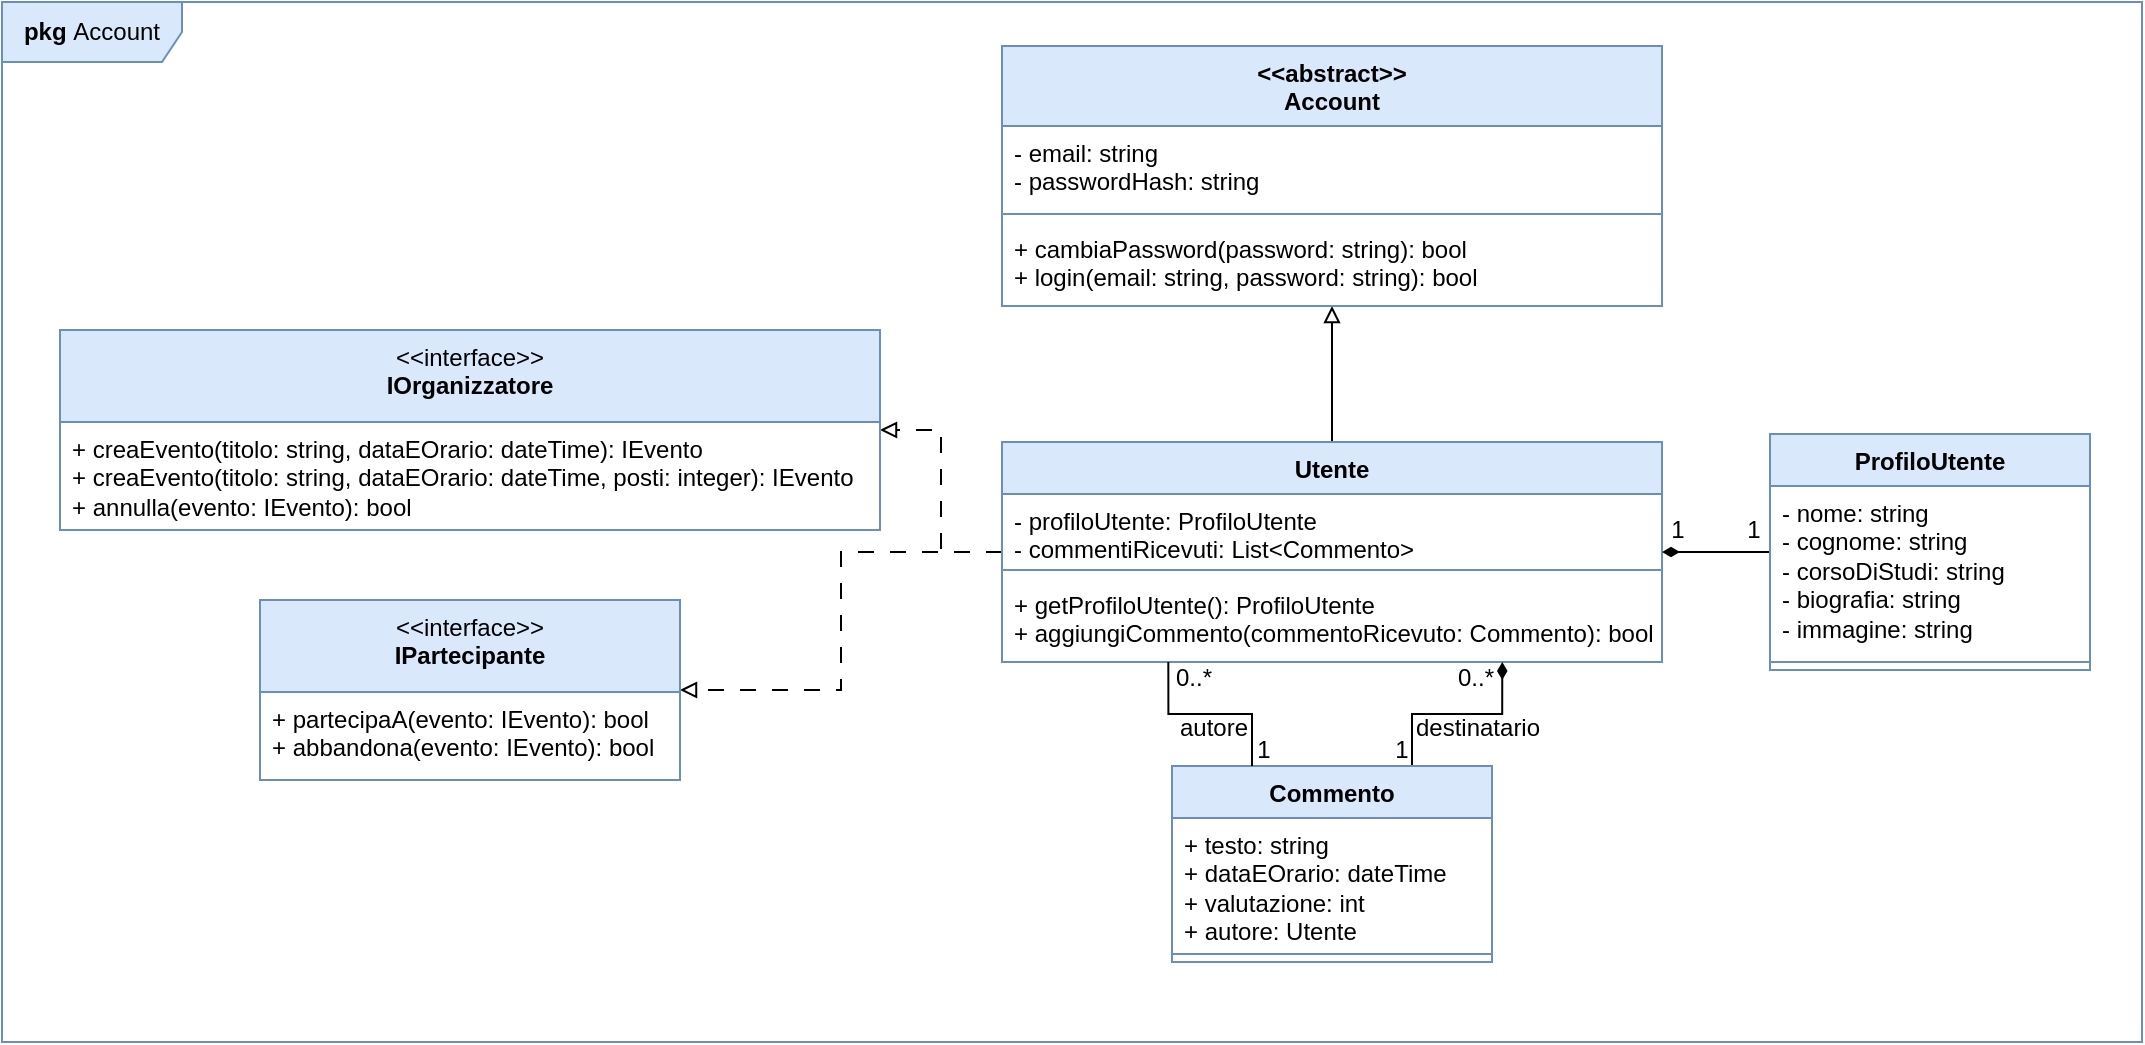
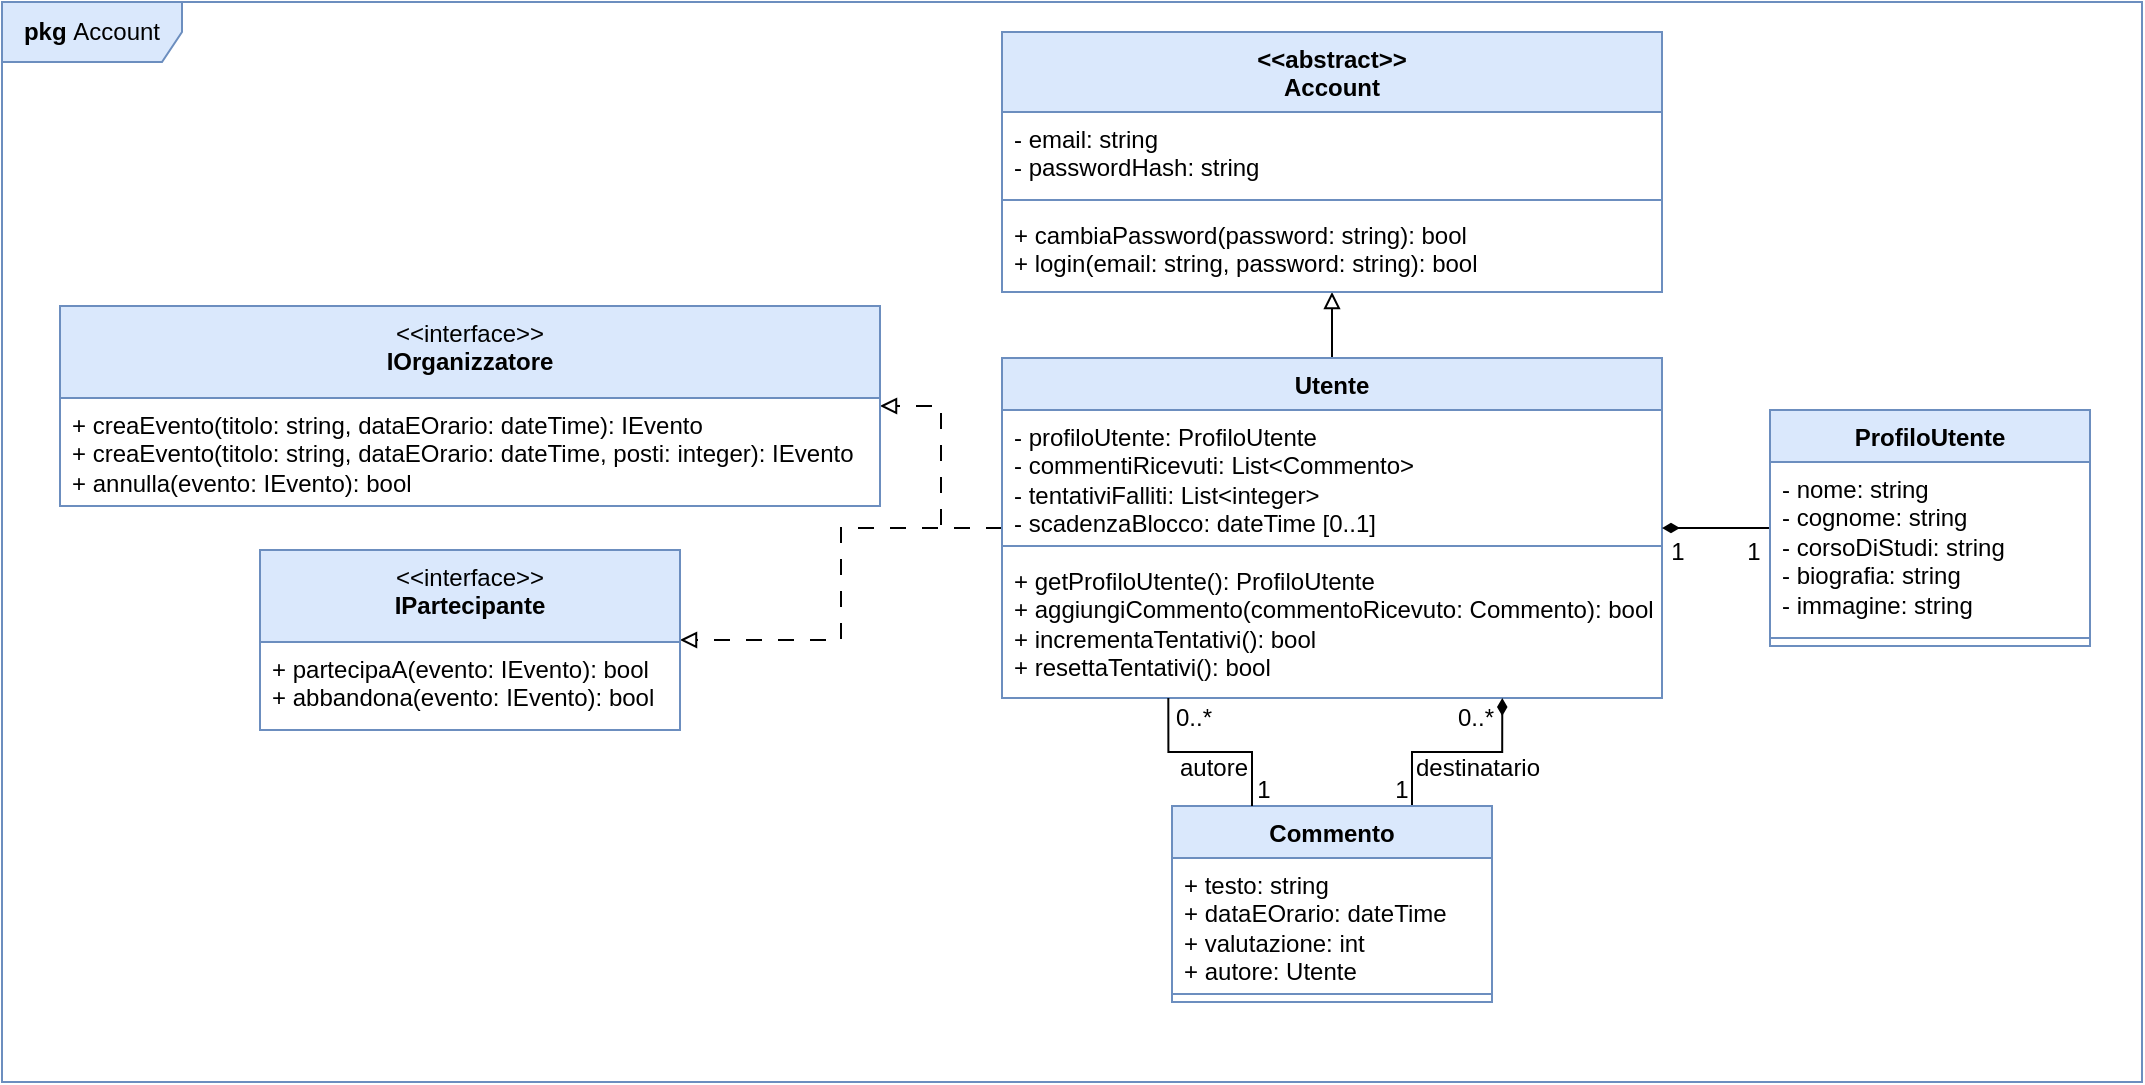
<mxfile host="app.diagrams.net">
  <diagram name="Pagina-1" id="eDYIYw2J6zfxdDMmH5QQ">
-     <mxGraphModel dx="2248" dy="677" grid="1" gridSize="10" guides="1" tooltips="1" connect="1" arrows="1" fold="1" page="1" pageScale="1" pageWidth="850" pageHeight="1100" math="0" shadow="0">
+     <mxGraphModel dx="2277" dy="729" grid="1" gridSize="10" guides="1" tooltips="1" connect="1" arrows="1" fold="1" page="1" pageScale="1" pageWidth="850" pageHeight="1100" math="0" shadow="0">
      <root>
        <mxCell id="0" />
        <mxCell id="1" parent="0" />
        <mxCell id="bdZTmUQMcdAo9xIiWBu8-44" edge="1" parent="1" source="KC0jtyPna3dztwLkBWhC-5" style="edgeStyle=orthogonalEdgeStyle;rounded=0;orthogonalLoop=1;jettySize=auto;html=1;exitX=0.5;exitY=0;exitDx=0;exitDy=0;endArrow=block;endFill=0;" target="bdZTmUQMcdAo9xIiWBu8-39">
          <mxGeometry relative="1" as="geometry" />
        </mxCell>
        <mxCell id="bdZTmUQMcdAo9xIiWBu8-77" edge="1" parent="1" source="KC0jtyPna3dztwLkBWhC-5" style="edgeStyle=orthogonalEdgeStyle;rounded=0;orthogonalLoop=1;jettySize=auto;html=1;exitX=0;exitY=0.5;exitDx=0;exitDy=0;endArrow=block;endFill=0;dashed=1;dashPattern=8 8;" target="bdZTmUQMcdAo9xIiWBu8-67">
          <mxGeometry relative="1" as="geometry" />
        </mxCell>
        <mxCell id="bdZTmUQMcdAo9xIiWBu8-78" edge="1" parent="1" source="KC0jtyPna3dztwLkBWhC-5" style="edgeStyle=orthogonalEdgeStyle;rounded=0;orthogonalLoop=1;jettySize=auto;html=1;endArrow=block;endFill=0;dashed=1;dashPattern=8 8;" target="bdZTmUQMcdAo9xIiWBu8-75" value="">
          <mxGeometry relative="1" as="geometry" />
        </mxCell>
        <mxCell id="KC0jtyPna3dztwLkBWhC-5" parent="1" style="swimlane;fontStyle=1;align=center;verticalAlign=top;childLayout=stackLayout;horizontal=1;startSize=26;horizontalStack=0;resizeParent=1;resizeParentMax=0;resizeLast=0;collapsible=1;marginBottom=0;whiteSpace=wrap;html=1;fillColor=#dae8fc;strokeColor=#6c8ebf;" value="&lt;div&gt;Utente&lt;/div&gt;" vertex="1">
-           <mxGeometry height="110" width="330" x="260" y="310" as="geometry" />
+           <mxGeometry height="170" width="330" x="260" y="248" as="geometry" />
        </mxCell>
-         <mxCell id="KC0jtyPna3dztwLkBWhC-6" parent="KC0jtyPna3dztwLkBWhC-5" style="text;strokeColor=none;fillColor=none;align=left;verticalAlign=top;spacingLeft=4;spacingRight=4;overflow=hidden;rotatable=0;points=[[0,0.5],[1,0.5]];portConstraint=eastwest;whiteSpace=wrap;html=1;" value="&lt;div&gt;- profiloUtente: ProfiloUtente&lt;/div&gt;&lt;div&gt;- commentiRicevuti: List&amp;lt;Commento&amp;gt;&lt;/div&gt;" vertex="1">
-           <mxGeometry height="34" width="330" y="26" as="geometry" />
+         <mxCell id="KC0jtyPna3dztwLkBWhC-6" parent="KC0jtyPna3dztwLkBWhC-5" style="text;strokeColor=none;fillColor=none;align=left;verticalAlign=top;spacingLeft=4;spacingRight=4;overflow=hidden;rotatable=0;points=[[0,0.5],[1,0.5]];portConstraint=eastwest;whiteSpace=wrap;html=1;" value="&lt;div&gt;- profiloUtente: ProfiloUtente&lt;/div&gt;&lt;div&gt;- commentiRicevuti: List&amp;lt;Commento&amp;gt;&lt;/div&gt;&lt;div&gt;- tentativiFalliti: List&amp;lt;integer&amp;gt;&lt;/div&gt;&lt;div&gt;- scadenzaBlocco: dateTime [0..1]&lt;/div&gt;" vertex="1">
+           <mxGeometry height="64" width="330" y="26" as="geometry" />
        </mxCell>
        <mxCell id="KC0jtyPna3dztwLkBWhC-7" parent="KC0jtyPna3dztwLkBWhC-5" style="line;strokeWidth=1;fillColor=none;align=left;verticalAlign=middle;spacingTop=-1;spacingLeft=3;spacingRight=3;rotatable=0;labelPosition=right;points=[];portConstraint=eastwest;strokeColor=inherit;" value="" vertex="1">
-           <mxGeometry height="8" width="330" y="60" as="geometry" />
+           <mxGeometry height="8" width="330" y="90" as="geometry" />
        </mxCell>
-         <mxCell id="KC0jtyPna3dztwLkBWhC-8" parent="KC0jtyPna3dztwLkBWhC-5" style="text;strokeColor=none;fillColor=none;align=left;verticalAlign=top;spacingLeft=4;spacingRight=4;overflow=hidden;rotatable=0;points=[[0,0.5],[1,0.5]];portConstraint=eastwest;whiteSpace=wrap;html=1;" value="&lt;div&gt;+ getProfiloUtente(): ProfiloUtente&lt;/div&gt;&lt;div&gt;+ aggiungiCommento(commentoRicevuto: Commento): bool&lt;/div&gt;" vertex="1">
-           <mxGeometry height="42" width="330" y="68" as="geometry" />
+         <mxCell id="KC0jtyPna3dztwLkBWhC-8" parent="KC0jtyPna3dztwLkBWhC-5" style="text;strokeColor=none;fillColor=none;align=left;verticalAlign=top;spacingLeft=4;spacingRight=4;overflow=hidden;rotatable=0;points=[[0,0.5],[1,0.5]];portConstraint=eastwest;whiteSpace=wrap;html=1;" value="&lt;div&gt;+ getProfiloUtente(): ProfiloUtente&lt;/div&gt;&lt;div&gt;+ aggiungiCommento(commentoRicevuto: Commento): bool&lt;/div&gt;&lt;div&gt;+ incrementaTentativi(): bool&lt;/div&gt;&lt;div&gt;+ resettaTentativi(): bool&lt;/div&gt;" vertex="1">
+           <mxGeometry height="72" width="330" y="98" as="geometry" />
        </mxCell>
        <mxCell id="bdZTmUQMcdAo9xIiWBu8-55" edge="1" parent="1" source="KC0jtyPna3dztwLkBWhC-13" style="edgeStyle=orthogonalEdgeStyle;rounded=0;orthogonalLoop=1;jettySize=auto;html=1;exitX=0.75;exitY=0;exitDx=0;exitDy=0;entryX=0.758;entryY=1;entryDx=0;entryDy=0;entryPerimeter=0;endArrow=diamondThin;endFill=1;" target="KC0jtyPna3dztwLkBWhC-8">
          <mxGeometry relative="1" as="geometry" />
        </mxCell>
        <mxCell id="KC0jtyPna3dztwLkBWhC-13" parent="1" style="swimlane;fontStyle=1;align=center;verticalAlign=top;childLayout=stackLayout;horizontal=1;startSize=26;horizontalStack=0;resizeParent=1;resizeParentMax=0;resizeLast=0;collapsible=1;marginBottom=0;whiteSpace=wrap;html=1;fillColor=#dae8fc;strokeColor=#6c8ebf;" value="&lt;div&gt;Commento&lt;/div&gt;" vertex="1">
          <mxGeometry height="98" width="160" x="345" y="472" as="geometry" />
        </mxCell>
        <mxCell id="KC0jtyPna3dztwLkBWhC-14" parent="KC0jtyPna3dztwLkBWhC-13" style="text;strokeColor=none;fillColor=none;align=left;verticalAlign=top;spacingLeft=4;spacingRight=4;overflow=hidden;rotatable=0;points=[[0,0.5],[1,0.5]];portConstraint=eastwest;whiteSpace=wrap;html=1;" value="&lt;div&gt;+ testo: string&lt;/div&gt;&lt;div&gt;+ dataEOrario: dateTime&lt;/div&gt;&lt;div&gt;+ valutazione: int&lt;/div&gt;&lt;div&gt;+ autore: Utente&lt;/div&gt;" vertex="1">
          <mxGeometry height="64" width="160" y="26" as="geometry" />
        </mxCell>
        <mxCell id="KC0jtyPna3dztwLkBWhC-15" parent="KC0jtyPna3dztwLkBWhC-13" style="line;strokeWidth=1;fillColor=none;align=left;verticalAlign=middle;spacingTop=-1;spacingLeft=3;spacingRight=3;rotatable=0;labelPosition=right;points=[];portConstraint=eastwest;strokeColor=inherit;" value="" vertex="1">
          <mxGeometry height="8" width="160" y="90" as="geometry" />
        </mxCell>
        <mxCell id="bdZTmUQMcdAo9xIiWBu8-50" edge="1" parent="1" source="KC0jtyPna3dztwLkBWhC-17" style="edgeStyle=orthogonalEdgeStyle;rounded=0;orthogonalLoop=1;jettySize=auto;html=1;endArrow=diamondThin;endFill=1;" target="KC0jtyPna3dztwLkBWhC-5" value="">
          <mxGeometry relative="1" as="geometry" />
        </mxCell>
        <mxCell id="KC0jtyPna3dztwLkBWhC-17" parent="1" style="swimlane;fontStyle=1;align=center;verticalAlign=top;childLayout=stackLayout;horizontal=1;startSize=26;horizontalStack=0;resizeParent=1;resizeParentMax=0;resizeLast=0;collapsible=1;marginBottom=0;whiteSpace=wrap;html=1;fillColor=#dae8fc;strokeColor=#6c8ebf;" value="ProfiloUtente" vertex="1">
-           <mxGeometry height="118" width="160" x="644" y="306" as="geometry" />
+           <mxGeometry height="118" width="160" x="644" y="274" as="geometry" />
        </mxCell>
        <mxCell id="KC0jtyPna3dztwLkBWhC-18" parent="KC0jtyPna3dztwLkBWhC-17" style="text;strokeColor=none;fillColor=none;align=left;verticalAlign=top;spacingLeft=4;spacingRight=4;overflow=hidden;rotatable=0;points=[[0,0.5],[1,0.5]];portConstraint=eastwest;whiteSpace=wrap;html=1;" value="- nome: string&lt;div&gt;- cognome: string&lt;/div&gt;&lt;div&gt;- corsoDiStudi: string&lt;/div&gt;&lt;div&gt;- biografia: string&lt;/div&gt;&lt;div&gt;- immagine: string&lt;/div&gt;" vertex="1">
          <mxGeometry height="84" width="160" y="26" as="geometry" />
        </mxCell>
        <mxCell id="KC0jtyPna3dztwLkBWhC-19" parent="KC0jtyPna3dztwLkBWhC-17" style="line;strokeWidth=1;fillColor=none;align=left;verticalAlign=middle;spacingTop=-1;spacingLeft=3;spacingRight=3;rotatable=0;labelPosition=right;points=[];portConstraint=eastwest;strokeColor=inherit;" value="" vertex="1">
          <mxGeometry height="8" width="160" y="110" as="geometry" />
        </mxCell>
        <mxCell id="KC0jtyPna3dztwLkBWhC-53" parent="1" style="shape=umlFrame;whiteSpace=wrap;html=1;pointerEvents=0;width=90;height=30;fillColor=#dae8fc;strokeColor=#6c8ebf;" value="&lt;b&gt;pkg&lt;/b&gt;&amp;nbsp;Account" vertex="1">
-           <mxGeometry height="520" width="1070" x="-240" y="90" as="geometry" />
+           <mxGeometry height="540" width="1070" x="-240" y="70" as="geometry" />
        </mxCell>
        <mxCell id="bdZTmUQMcdAo9xIiWBu8-39" parent="1" style="swimlane;fontStyle=1;align=center;verticalAlign=top;childLayout=stackLayout;horizontal=1;startSize=40;horizontalStack=0;resizeParent=1;resizeParentMax=0;resizeLast=0;collapsible=1;marginBottom=0;whiteSpace=wrap;html=1;fillColor=#dae8fc;strokeColor=#6c8ebf;" value="&lt;div&gt;&amp;lt;&amp;lt;abstract&amp;gt;&amp;gt;&lt;/div&gt;&lt;div&gt;Account&lt;/div&gt;" vertex="1">
-           <mxGeometry height="130" width="330" x="260" y="112" as="geometry" />
+           <mxGeometry height="130" width="330" x="260" y="85" as="geometry" />
        </mxCell>
        <mxCell id="bdZTmUQMcdAo9xIiWBu8-40" parent="bdZTmUQMcdAo9xIiWBu8-39" style="text;strokeColor=none;fillColor=none;align=left;verticalAlign=top;spacingLeft=4;spacingRight=4;overflow=hidden;rotatable=0;points=[[0,0.5],[1,0.5]];portConstraint=eastwest;whiteSpace=wrap;html=1;" value="&lt;div&gt;- email: string&lt;/div&gt;&lt;div&gt;- passwordHash: string&lt;/div&gt;" vertex="1">
          <mxGeometry height="40" width="330" y="40" as="geometry" />
        </mxCell>
        <mxCell id="bdZTmUQMcdAo9xIiWBu8-41" parent="bdZTmUQMcdAo9xIiWBu8-39" style="line;strokeWidth=1;fillColor=none;align=left;verticalAlign=middle;spacingTop=-1;spacingLeft=3;spacingRight=3;rotatable=0;labelPosition=right;points=[];portConstraint=eastwest;strokeColor=inherit;" value="" vertex="1">
          <mxGeometry height="8" width="330" y="80" as="geometry" />
        </mxCell>
        <mxCell id="bdZTmUQMcdAo9xIiWBu8-42" parent="bdZTmUQMcdAo9xIiWBu8-39" style="text;strokeColor=none;fillColor=none;align=left;verticalAlign=top;spacingLeft=4;spacingRight=4;overflow=hidden;rotatable=0;points=[[0,0.5],[1,0.5]];portConstraint=eastwest;whiteSpace=wrap;html=1;" value="&lt;div&gt;+ cambiaPassword(password: string): bool&lt;/div&gt;&lt;div&gt;+ login(email: string, password: string): bool&lt;/div&gt;" vertex="1">
          <mxGeometry height="42" width="330" y="88" as="geometry" />
        </mxCell>
        <mxCell id="bdZTmUQMcdAo9xIiWBu8-56" edge="1" parent="1" source="KC0jtyPna3dztwLkBWhC-13" style="edgeStyle=orthogonalEdgeStyle;rounded=0;orthogonalLoop=1;jettySize=auto;html=1;exitX=0.25;exitY=0;exitDx=0;exitDy=0;entryX=0.252;entryY=1;entryDx=0;entryDy=0;entryPerimeter=0;endArrow=none;endFill=0;" target="KC0jtyPna3dztwLkBWhC-8">
          <mxGeometry relative="1" as="geometry" />
        </mxCell>
        <mxCell id="bdZTmUQMcdAo9xIiWBu8-57" parent="1" style="text;html=1;whiteSpace=wrap;strokeColor=none;fillColor=none;align=center;verticalAlign=middle;rounded=0;" value="&lt;div&gt;1&lt;/div&gt;" vertex="1">
-           <mxGeometry height="27" width="60" x="568" y="340" as="geometry" />
+           <mxGeometry height="27" width="60" x="568" y="331" as="geometry" />
        </mxCell>
        <mxCell id="bdZTmUQMcdAo9xIiWBu8-59" parent="1" style="text;html=1;whiteSpace=wrap;strokeColor=none;fillColor=none;align=center;verticalAlign=middle;rounded=0;" value="&lt;div&gt;1&lt;/div&gt;" vertex="1">
-           <mxGeometry height="27" width="60" x="606" y="340" as="geometry" />
+           <mxGeometry height="27" width="60" x="606" y="331" as="geometry" />
        </mxCell>
        <mxCell id="bdZTmUQMcdAo9xIiWBu8-61" parent="1" style="text;html=1;whiteSpace=wrap;strokeColor=none;fillColor=none;align=center;verticalAlign=middle;rounded=0;" value="destinatario" vertex="1">
          <mxGeometry height="30" width="60" x="468" y="438" as="geometry" />
        </mxCell>
        <mxCell id="bdZTmUQMcdAo9xIiWBu8-62" parent="1" style="text;html=1;whiteSpace=wrap;strokeColor=none;fillColor=none;align=center;verticalAlign=middle;rounded=0;" value="&lt;div&gt;0..*&lt;/div&gt;" vertex="1">
          <mxGeometry height="30" width="60" x="467" y="413" as="geometry" />
        </mxCell>
        <mxCell id="bdZTmUQMcdAo9xIiWBu8-63" parent="1" style="text;html=1;whiteSpace=wrap;strokeColor=none;fillColor=none;align=center;verticalAlign=middle;rounded=0;" value="&lt;div&gt;1&lt;/div&gt;" vertex="1">
          <mxGeometry height="30" width="60" x="430" y="449" as="geometry" />
        </mxCell>
        <mxCell id="bdZTmUQMcdAo9xIiWBu8-64" parent="1" style="text;html=1;whiteSpace=wrap;strokeColor=none;fillColor=none;align=center;verticalAlign=middle;rounded=0;" value="&lt;div&gt;0..*&lt;/div&gt;" vertex="1">
          <mxGeometry height="30" width="54" x="329" y="413" as="geometry" />
        </mxCell>
        <mxCell id="bdZTmUQMcdAo9xIiWBu8-65" parent="1" style="text;html=1;whiteSpace=wrap;strokeColor=none;fillColor=none;align=center;verticalAlign=middle;rounded=0;" value="&lt;div&gt;1&lt;/div&gt;" vertex="1">
          <mxGeometry height="30" width="60" x="361" y="449" as="geometry" />
        </mxCell>
        <mxCell id="bdZTmUQMcdAo9xIiWBu8-66" parent="1" style="text;html=1;whiteSpace=wrap;strokeColor=none;fillColor=none;align=center;verticalAlign=middle;rounded=0;" value="&lt;div&gt;autore&lt;/div&gt;" vertex="1">
          <mxGeometry height="30" width="60" x="336" y="438" as="geometry" />
        </mxCell>
        <mxCell id="bdZTmUQMcdAo9xIiWBu8-67" parent="1" style="swimlane;fontStyle=1;align=center;verticalAlign=top;childLayout=stackLayout;horizontal=1;startSize=46;horizontalStack=0;resizeParent=1;resizeParentMax=0;resizeLast=0;collapsible=1;marginBottom=0;whiteSpace=wrap;html=1;fillColor=#dae8fc;strokeColor=#6c8ebf;" value="&lt;div&gt;&lt;span style=&quot;font-weight: normal;&quot;&gt;&amp;lt;&amp;lt;interface&amp;gt;&amp;gt;&lt;/span&gt;&lt;/div&gt;&lt;div&gt;IOrganizzatore&lt;/div&gt;" vertex="1">
-           <mxGeometry height="100" width="410" x="-211" y="254" as="geometry" />
+           <mxGeometry height="100" width="410" x="-211" y="222" as="geometry" />
        </mxCell>
        <mxCell id="bdZTmUQMcdAo9xIiWBu8-70" parent="bdZTmUQMcdAo9xIiWBu8-67" style="text;strokeColor=none;fillColor=none;align=left;verticalAlign=top;spacingLeft=4;spacingRight=4;overflow=hidden;rotatable=0;points=[[0,0.5],[1,0.5]];portConstraint=eastwest;whiteSpace=wrap;html=1;" value="&lt;div&gt;+ creaEvento(titolo: string, dataEOrario: dateTime): IEvento&lt;/div&gt;&lt;div&gt;+ creaEvento(titolo: string, dataEOrario: dateTime, posti: integer): IEvento&lt;/div&gt;+ annulla(evento: IEvento): bool" vertex="1">
          <mxGeometry height="54" width="410" y="46" as="geometry" />
        </mxCell>
        <mxCell id="bdZTmUQMcdAo9xIiWBu8-75" parent="1" style="swimlane;fontStyle=1;align=center;verticalAlign=top;childLayout=stackLayout;horizontal=1;startSize=46;horizontalStack=0;resizeParent=1;resizeParentMax=0;resizeLast=0;collapsible=1;marginBottom=0;whiteSpace=wrap;html=1;fillColor=#dae8fc;strokeColor=#6c8ebf;" value="&lt;div&gt;&lt;span style=&quot;font-weight: normal;&quot;&gt;&amp;lt;&amp;lt;interface&amp;gt;&amp;gt;&lt;/span&gt;&lt;/div&gt;&lt;div&gt;IPartecipante&lt;/div&gt;" vertex="1">
-           <mxGeometry height="90" width="210" x="-111" y="389" as="geometry" />
+           <mxGeometry height="90" width="210" x="-111" y="344" as="geometry" />
        </mxCell>
        <mxCell id="bdZTmUQMcdAo9xIiWBu8-76" parent="bdZTmUQMcdAo9xIiWBu8-75" style="text;strokeColor=none;fillColor=none;align=left;verticalAlign=top;spacingLeft=4;spacingRight=4;overflow=hidden;rotatable=0;points=[[0,0.5],[1,0.5]];portConstraint=eastwest;whiteSpace=wrap;html=1;" value="&lt;div&gt;+ partecipaA(evento: IEvento): bool&lt;/div&gt;&lt;div&gt;+ abbandona(evento: IEvento): bool&lt;/div&gt;" vertex="1">
          <mxGeometry height="44" width="210" y="46" as="geometry" />
        </mxCell>
      </root>
    </mxGraphModel>
  </diagram>
</mxfile>
